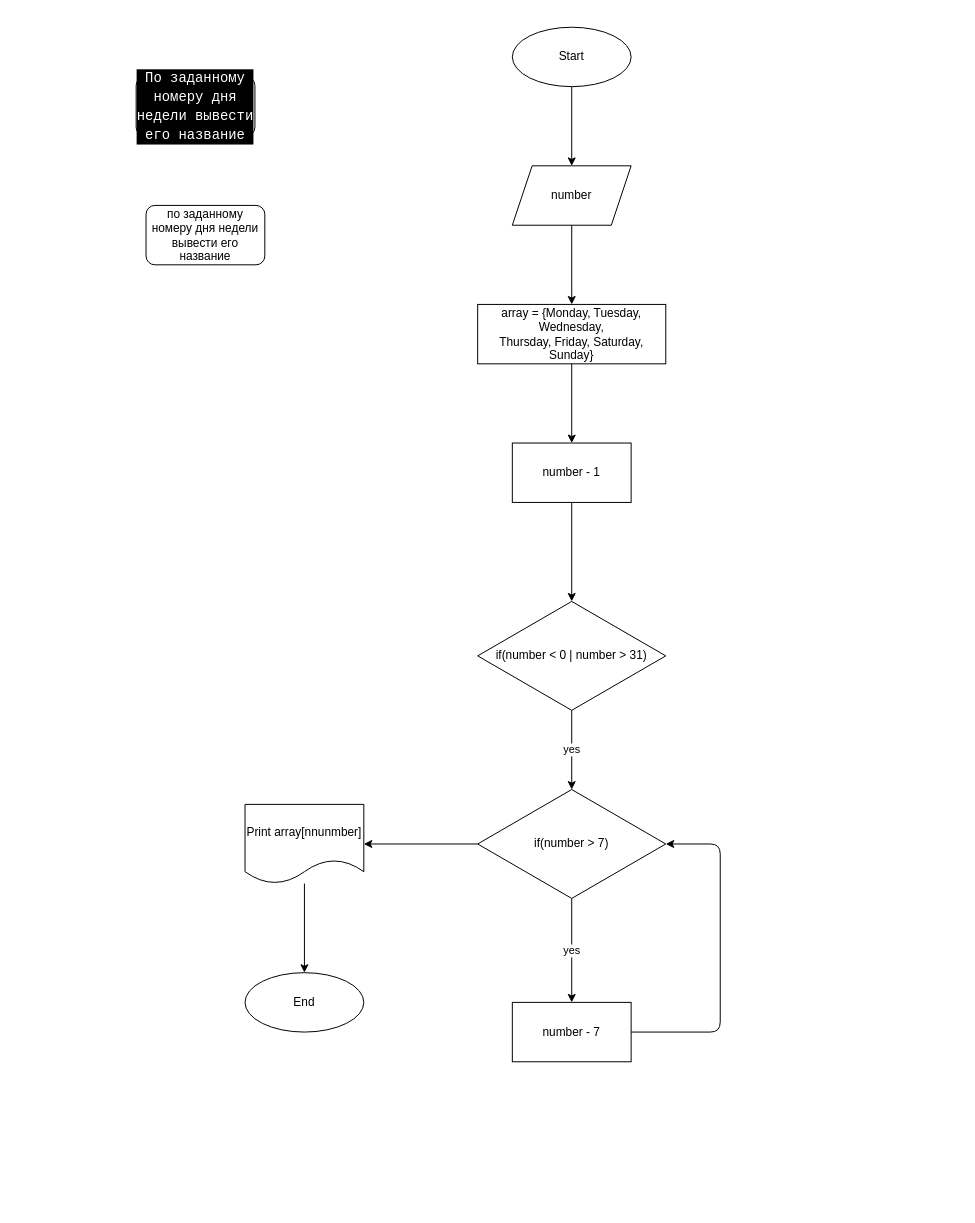
Fostix/LoLTasks keeps this draw.io diagram as Task3DayOfTheNumber/flowchart.drawio. Above is the earlier version. Source tidied: cells renumbered, new cells numbered last; positions are measured from the earlier drawing's top-left corner, leaving out a move shared by most shapes. Both pictures are drawn from the tidied source at 99%, with x=0, y=0 at pixel (136, 27).
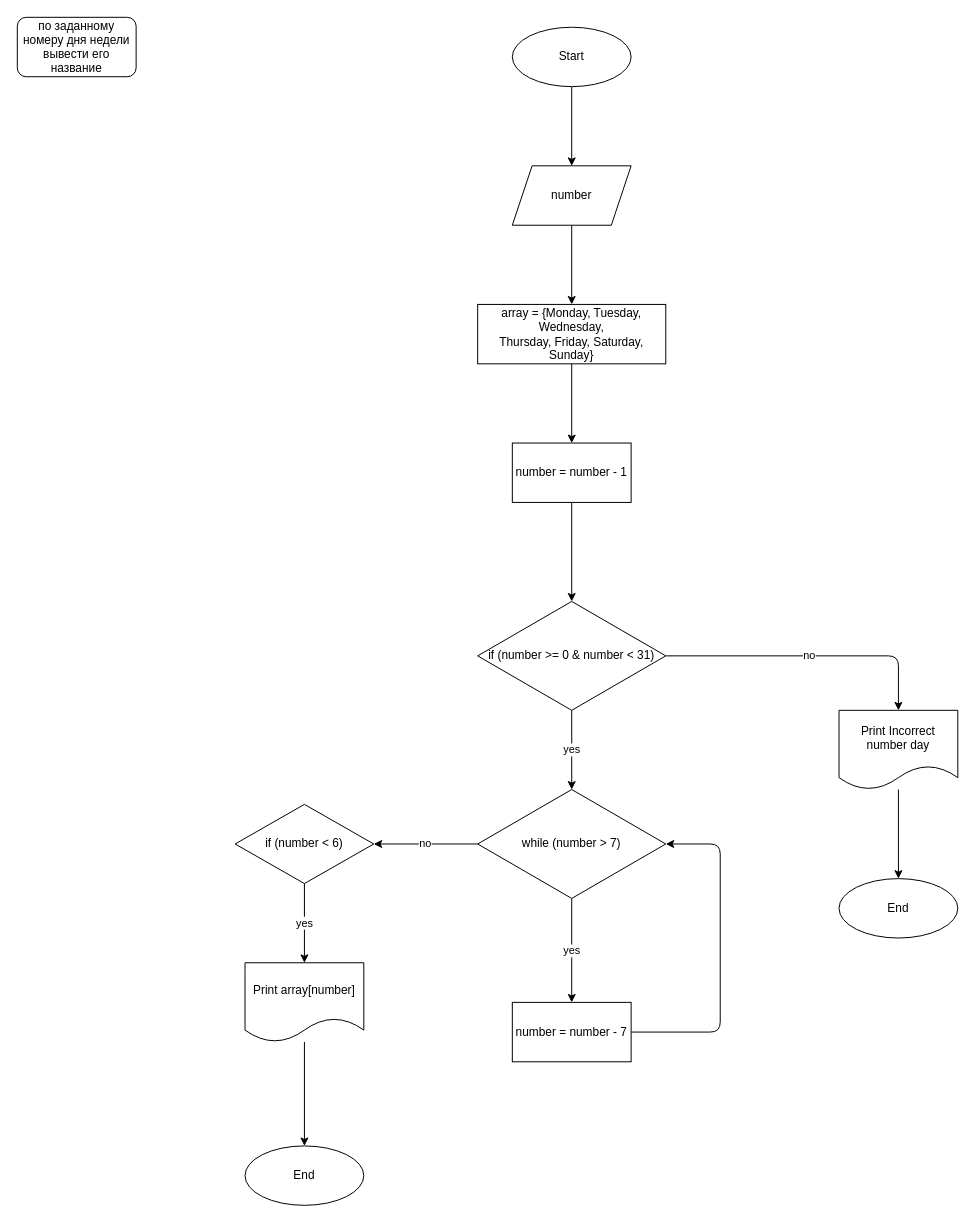
The same diagram, later.

Commit message (it also covers changes not shown here):
make task 3 day of week

What changed in the source:
```diff
@@
-    <mxCell id="2" value="&lt;div style=&quot;color: rgb(255 , 255 , 255) ; background-color: rgb(0 , 0 , 0) ; font-family: &amp;#34;consolas&amp;#34; , &amp;#34;courier new&amp;#34; , monospace ; font-size: 14px ; line-height: 19px&quot;&gt;По заданному номеру дня недели вывести его название&lt;/div&gt;" style="rounded=1;whiteSpace=wrap;html=1;" parent="1" vertex="1">
-      <mxGeometry y="50" width="120" height="60" as="geometry" />
-    </mxCell>
     <mxCell id="3" value="по заданному номеру дня недели вывести его название" style="rounded=1;whiteSpace=wrap;html=1;" parent="1" vertex="1">
-      <mxGeometry x="10" y="180" width="120" height="60" as="geometry" />
+      <mxGeometry x="-120" y="-10" width="120" height="60" as="geometry" />
     </mxCell>
@@
+    <mxCell id="22" value="no" style="edgeStyle=none;html=1;" parent="1" edge="1" source="9" target="29">
+      <mxGeometry relative="1" as="geometry">
+        <Array as="points">
+          <mxPoint x="770" y="635" />
+        </Array>
+      </mxGeometry>
+    </mxCell>
-    <mxCell id="9" value="if(number &amp;lt; 0 | number &amp;gt; 31)" style="rhombus;whiteSpace=wrap;html=1;" parent="1" vertex="1">
+    <mxCell id="9" value="if (number &amp;gt;= 0 &amp;amp; number &amp;lt; 31)" style="rhombus;whiteSpace=wrap;html=1;" parent="1" vertex="1">
       <mxGeometry x="345" y="580" width="190" height="110" as="geometry" />
     </mxCell>
@@
-    <mxCell id="13" style="edgeStyle=none;html=1;" parent="1" edge="1" source="14" target="20">
-      <mxGeometry relative="1" as="geometry" />
-    </mxCell>
+    <mxCell id="23" value="no" style="edgeStyle=none;html=1;" parent="1" edge="1" source="14" target="25">
+      <mxGeometry relative="1" as="geometry" />
+    </mxCell>
-    <mxCell id="14" value="if(number &amp;gt; 7)" style="rhombus;whiteSpace=wrap;html=1;" parent="1" vertex="1">
+    <mxCell id="14" value="while (number &amp;gt; 7)" style="rhombus;whiteSpace=wrap;html=1;" parent="1" vertex="1">
       <mxGeometry x="345" y="770" width="190" height="110" as="geometry" />
     </mxCell>
@@
-    <mxCell id="16" value="number - 1" style="whiteSpace=wrap;html=1;" parent="1" vertex="1">
+    <mxCell id="16" value="number = number - 1" style="whiteSpace=wrap;html=1;" parent="1" vertex="1">
       <mxGeometry x="380" y="420" width="120" height="60" as="geometry" />
     </mxCell>
@@
-    <mxCell id="18" value="number - 7" style="whiteSpace=wrap;html=1;" parent="1" vertex="1">
+    <mxCell id="18" value="number = number - 7" style="whiteSpace=wrap;html=1;" parent="1" vertex="1">
       <mxGeometry x="380" y="985" width="120" height="60" as="geometry" />
     </mxCell>
-    <mxCell id="19" style="edgeStyle=none;html=1;" parent="1" edge="1" source="20" target="21">
-      <mxGeometry relative="1" as="geometry" />
-    </mxCell>
-    <mxCell id="20" value="Print array[nnunmber]" style="shape=document;whiteSpace=wrap;html=1;boundedLbl=1;" parent="1" vertex="1">
-      <mxGeometry x="110" y="785" width="120" height="80" as="geometry" />
-    </mxCell>
     <mxCell id="21" value="End" style="ellipse;whiteSpace=wrap;html=1;" parent="1" vertex="1">
-      <mxGeometry x="110" y="955" width="120" height="60" as="geometry" />
+      <mxGeometry x="110" y="1130" width="120" height="60" as="geometry" />
     </mxCell>
+    <mxCell id="24" value="yes" style="edgeStyle=none;html=1;" parent="1" edge="1" source="25" target="27">
+      <mxGeometry relative="1" as="geometry" />
+    </mxCell>
+    <mxCell id="25" value="if (number &amp;lt; 6)" style="rhombus;whiteSpace=wrap;html=1;" parent="1" vertex="1">
+      <mxGeometry x="100" y="785" width="140" height="80" as="geometry" />
+    </mxCell>
+    <mxCell id="26" style="edgeStyle=none;html=1;" parent="1" edge="1" source="27" target="21">
+      <mxGeometry relative="1" as="geometry" />
+    </mxCell>
+    <mxCell id="27" value="Print array[number]" style="shape=document;whiteSpace=wrap;html=1;boundedLbl=1;" parent="1" vertex="1">
+      <mxGeometry x="110" y="945" width="120" height="80" as="geometry" />
+    </mxCell>
+    <mxCell id="28" style="edgeStyle=none;html=1;" parent="1" edge="1" source="29" target="30">
+      <mxGeometry relative="1" as="geometry" />
+    </mxCell>
+    <mxCell id="29" value="Print Incorrect number day" style="shape=document;whiteSpace=wrap;html=1;boundedLbl=1;" parent="1" vertex="1">
+      <mxGeometry x="710" y="690" width="120" height="80" as="geometry" />
+    </mxCell>
+    <mxCell id="30" value="End" style="ellipse;whiteSpace=wrap;html=1;" parent="1" vertex="1">
+      <mxGeometry x="710" y="860" width="120" height="60" as="geometry" />
+    </mxCell>
```
